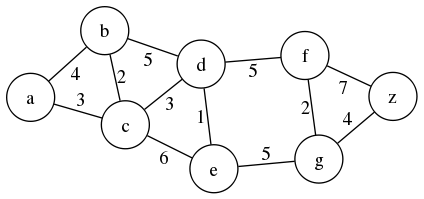
Before: bai3.png, a diagram exported from Graphviz (vietlq/graph-tuts). Its source is kept beside it as bai3.dot.
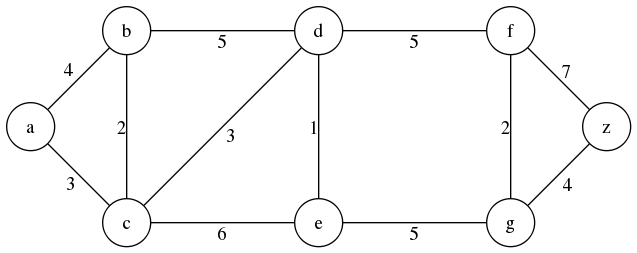
Later version of the same file.

The edit, as a diff of the source:
```diff
@@ -20,12 +20,12 @@
 
     g -- z [label="4"];
 
-    a [pos="0, 0"];
-    b [pos="1, 1"];
-    c [pos="1, -1"];
-    d [pos="3, 1"];
-    e [pos="3, -1"];
-    f [pos="5, 1"];
-    g [pos="5, -1"];
-    z [pos="6, 0"]
+    a [pos="0, 0!"];
+    b [pos="1, 1!"];
+    c [pos="1, -1!"];
+    d [pos="3, 1!"];
+    e [pos="3, -1!"];
+    f [pos="5, 1!"];
+    g [pos="5, -1!"];
+    z [pos="6, 0!"]
 }
```
